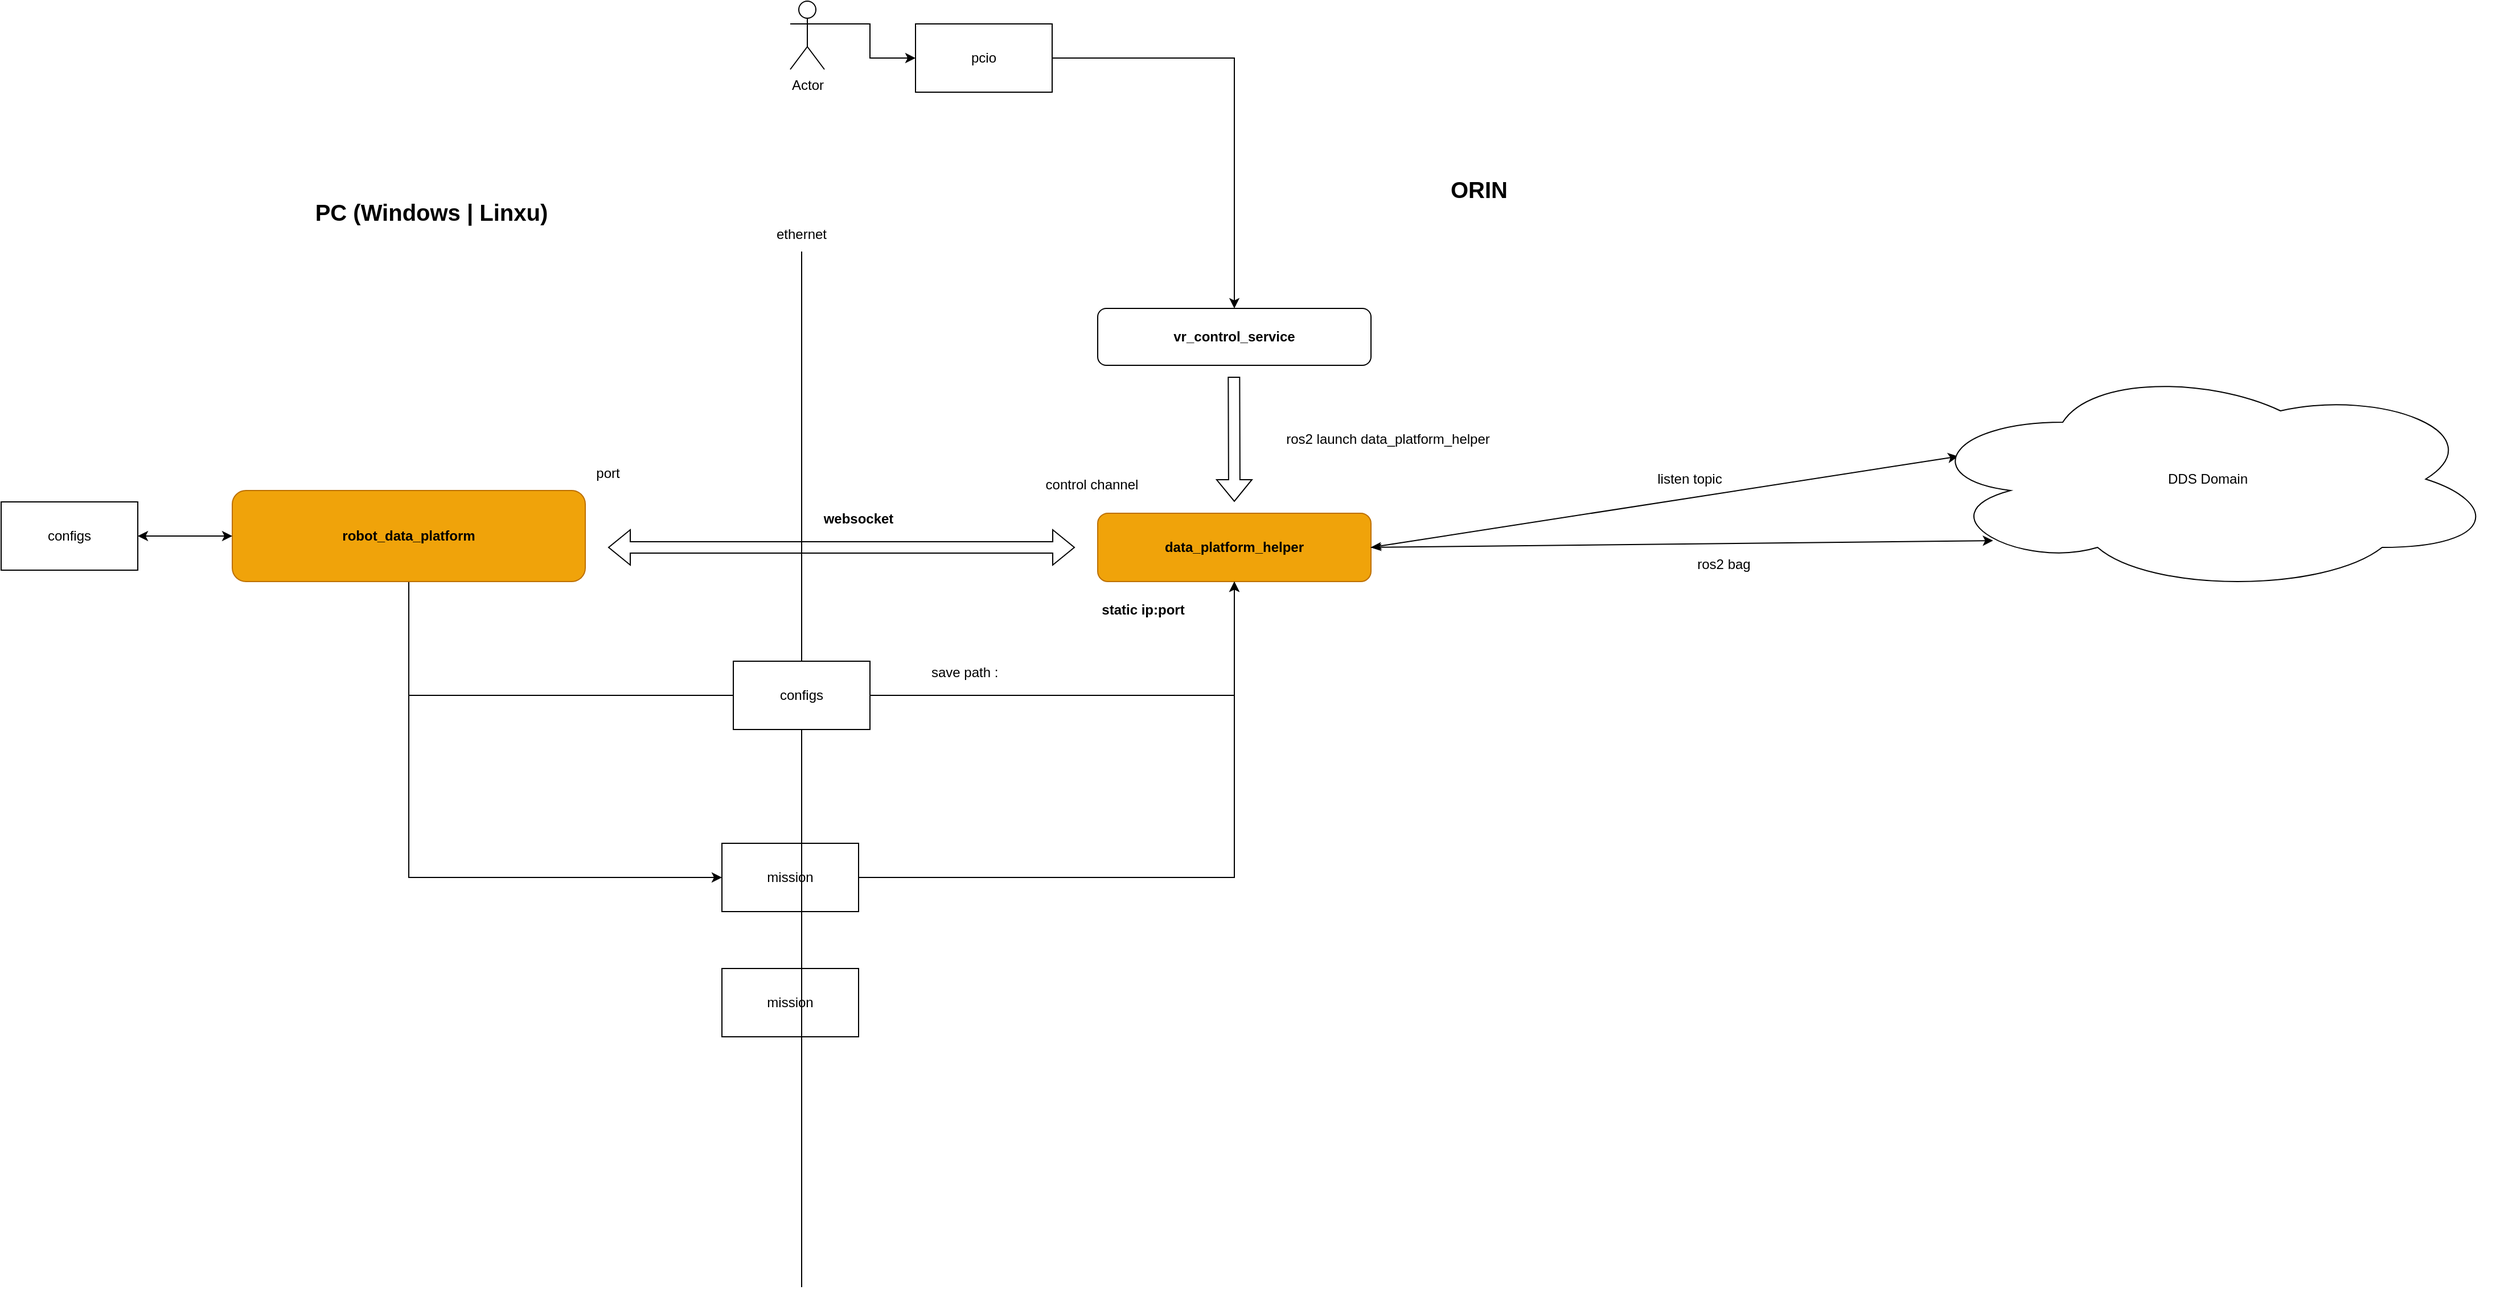
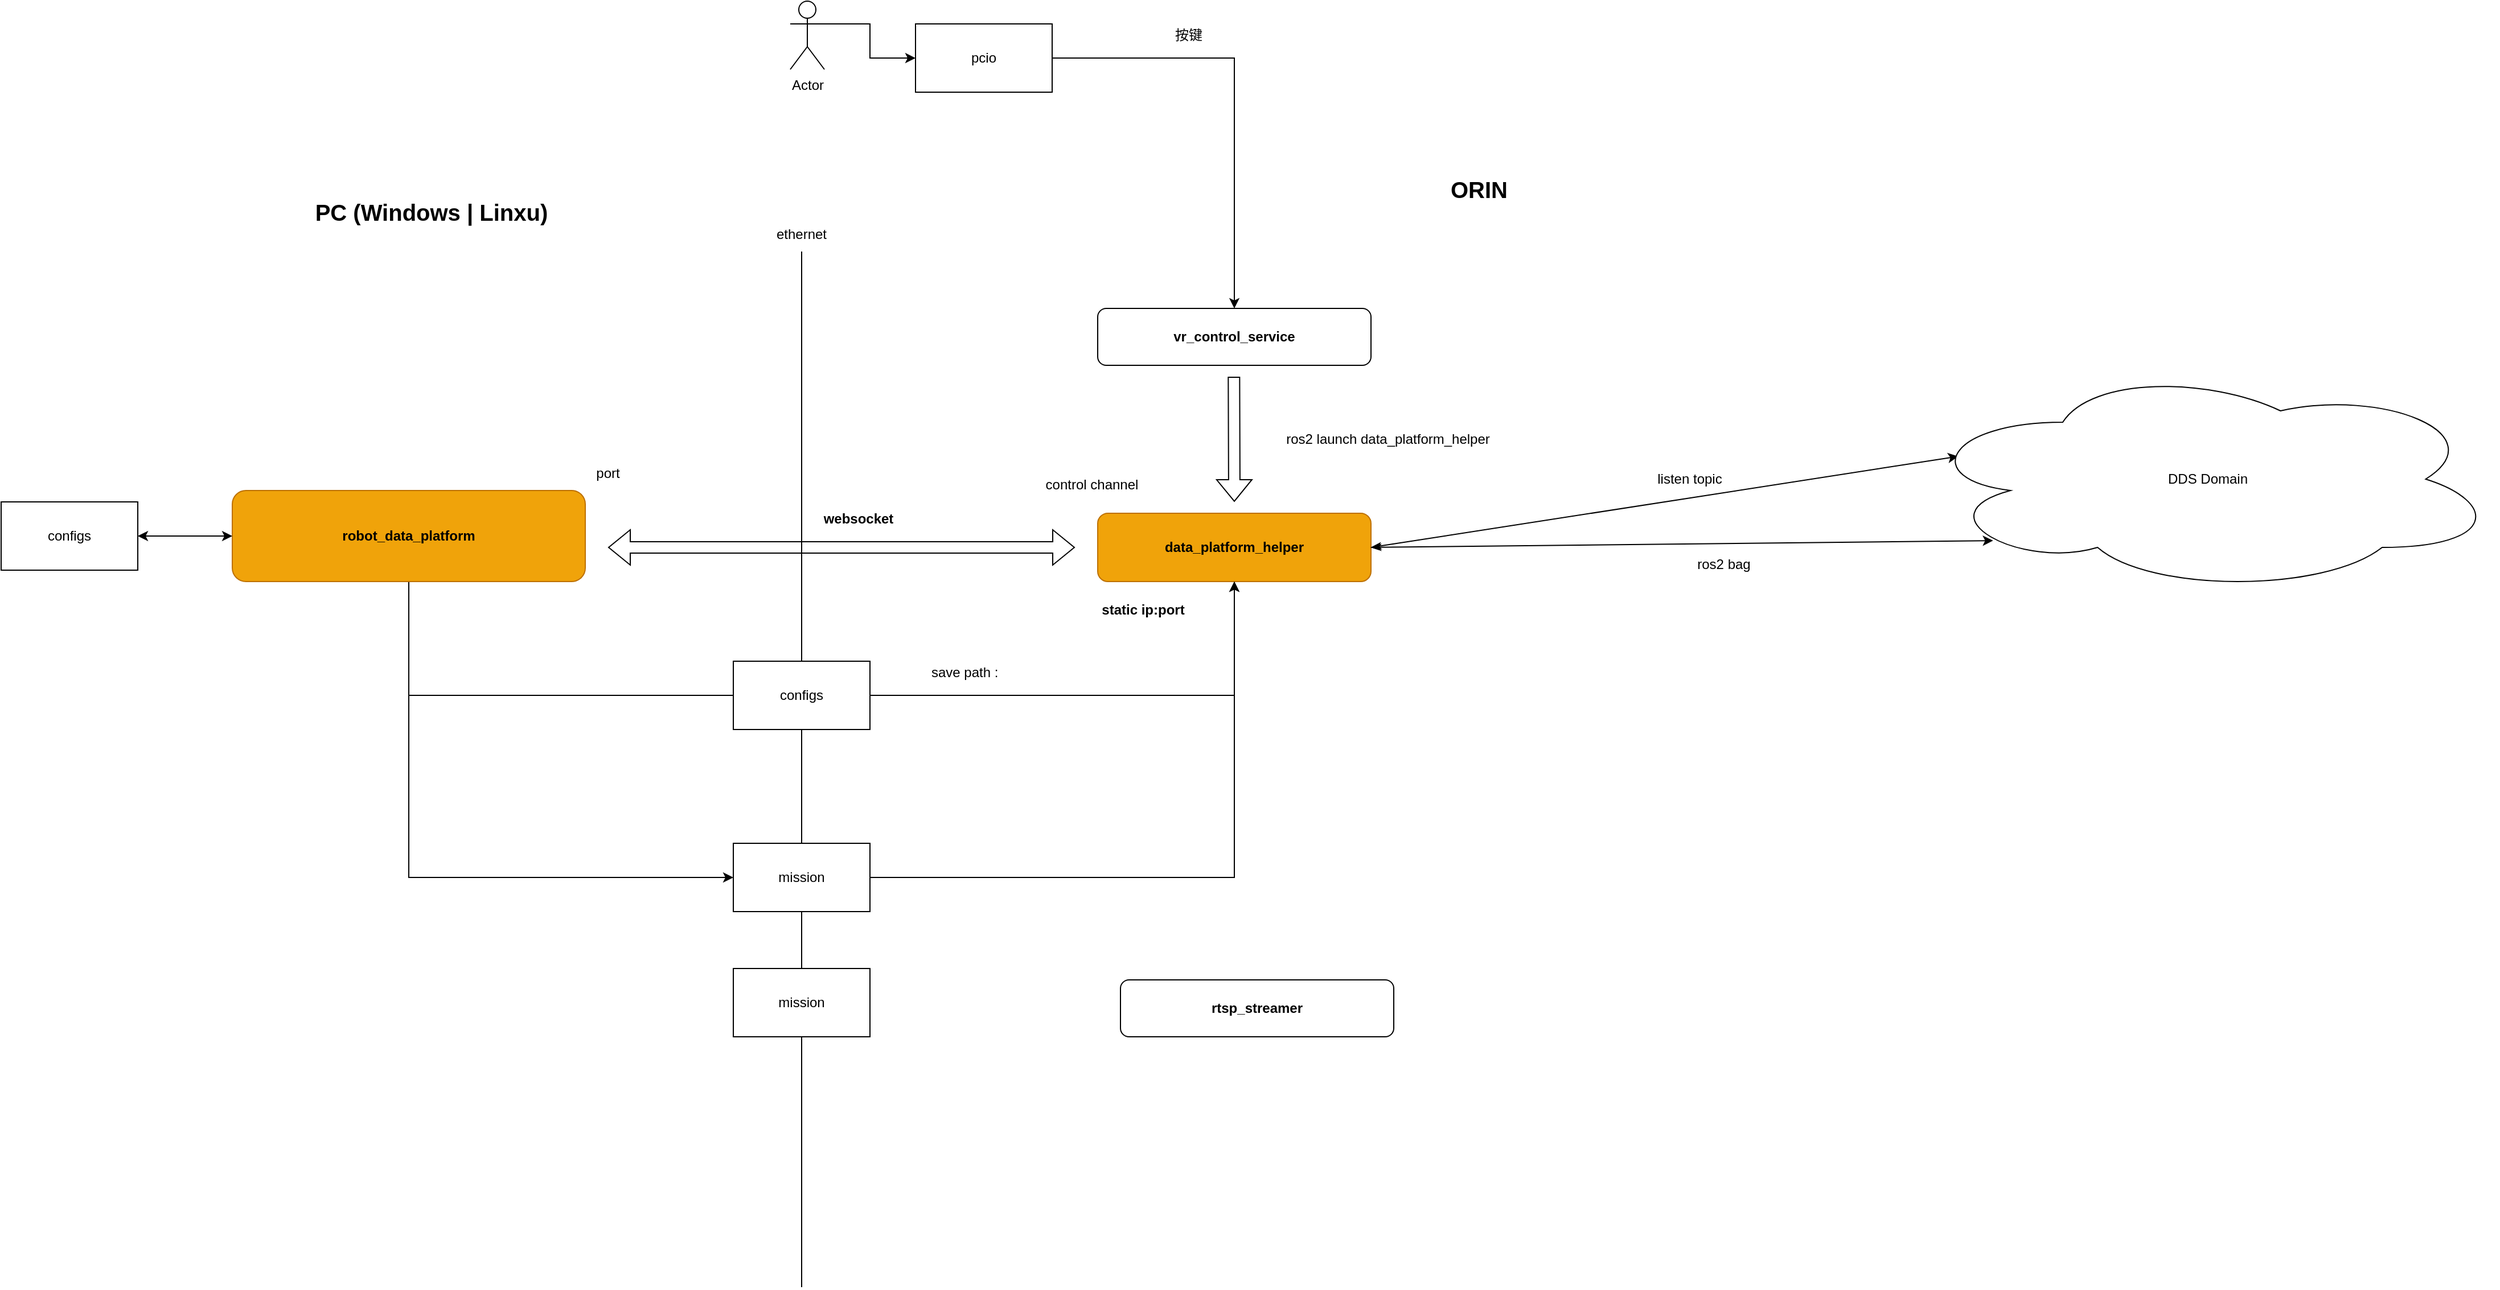
<mxfile host="app.diagrams.net" pages="2">
  <diagram name="第 1 页" id="ybuJFLsuspTRZjUBc2Sj">
    <mxGraphModel dx="2183" dy="720" grid="1" gridSize="10" guides="1" tooltips="1" connect="1" arrows="1" fold="1" page="1" pageScale="1" pageWidth="827" pageHeight="1169" math="0" shadow="0">
      <root>
        <mxCell id="0" />
        <mxCell id="1" parent="0" />
        <mxCell id="PG_7JgB4xY41xIrBQNpI-2" parent="1" style="text;html=1;whiteSpace=wrap;strokeColor=none;fillColor=none;align=center;verticalAlign=middle;rounded=0;fontStyle=1;fontSize=20;" value="ORIN" vertex="1">
          <mxGeometry height="50" width="250" x="640" y="150" as="geometry" />
        </mxCell>
        <mxCell id="PG_7JgB4xY41xIrBQNpI-3" edge="1" parent="1" source="PG_7JgB4xY41xIrBQNpI-25" style="endArrow=none;html=1;rounded=0;" value="">
          <mxGeometry height="50" relative="1" width="50" as="geometry">
            <mxPoint x="170" y="1140" as="sourcePoint" />
            <mxPoint x="170" y="230" as="targetPoint" />
          </mxGeometry>
        </mxCell>
        <mxCell id="PG_7JgB4xY41xIrBQNpI-4" parent="1" style="rounded=1;whiteSpace=wrap;html=1;fontStyle=1;fillColor=#f0a30a;fontColor=#000000;strokeColor=#BD7000;" value="data_platform_helper" vertex="1">
          <mxGeometry height="60" width="240" x="430" y="460" as="geometry" />
        </mxCell>
        <mxCell id="PG_7JgB4xY41xIrBQNpI-6" parent="1" style="rounded=1;whiteSpace=wrap;html=1;fontStyle=1" value="vr_control_service" vertex="1">
          <mxGeometry height="50" width="240" x="430" y="280" as="geometry" />
        </mxCell>
        <mxCell id="PG_7JgB4xY41xIrBQNpI-26" edge="1" parent="1" source="PG_7JgB4xY41xIrBQNpI-7" style="edgeStyle=orthogonalEdgeStyle;rounded=0;orthogonalLoop=1;jettySize=auto;html=1;exitX=0.5;exitY=1;exitDx=0;exitDy=0;entryX=0.5;entryY=1;entryDx=0;entryDy=0;" target="PG_7JgB4xY41xIrBQNpI-4">
          <mxGeometry relative="1" as="geometry">
            <Array as="points">
              <mxPoint x="-175" y="620" />
              <mxPoint x="550" y="620" />
            </Array>
            <mxPoint x="380" y="730" as="targetPoint" />
          </mxGeometry>
        </mxCell>
        <mxCell id="PG_7JgB4xY41xIrBQNpI-33" edge="1" parent="1" source="PG_7JgB4xY41xIrBQNpI-7" style="edgeStyle=orthogonalEdgeStyle;rounded=0;orthogonalLoop=1;jettySize=auto;html=1;exitX=0.5;exitY=1;exitDx=0;exitDy=0;entryX=0;entryY=0.5;entryDx=0;entryDy=0;" target="PG_7JgB4xY41xIrBQNpI-32">
          <mxGeometry relative="1" as="geometry" />
        </mxCell>
        <mxCell id="PG_7JgB4xY41xIrBQNpI-7" parent="1" style="rounded=1;whiteSpace=wrap;html=1;fontStyle=1;fillColor=#f0a30a;fontColor=#000000;strokeColor=#BD7000;" value="robot_data_platform" vertex="1">
          <mxGeometry height="80" width="310" x="-330" y="440" as="geometry" />
        </mxCell>
        <mxCell id="PG_7JgB4xY41xIrBQNpI-8" parent="1" style="text;html=1;whiteSpace=wrap;strokeColor=none;fillColor=none;align=center;verticalAlign=middle;rounded=0;fontStyle=1;fontSize=20;" value="PC (Windows | Linxu)" vertex="1">
          <mxGeometry height="50" width="250" x="-280" y="170" as="geometry" />
        </mxCell>
        <mxCell id="PG_7JgB4xY41xIrBQNpI-10" edge="1" parent="1" style="shape=flexArrow;endArrow=classic;startArrow=classic;html=1;rounded=0;" value="">
          <mxGeometry height="100" relative="1" width="100" as="geometry">
            <mxPoint y="490" as="sourcePoint" />
            <mxPoint x="410" y="490" as="targetPoint" />
          </mxGeometry>
        </mxCell>
        <mxCell id="PG_7JgB4xY41xIrBQNpI-12" edge="1" parent="1" style="shape=flexArrow;endArrow=classic;html=1;rounded=0;" value="">
          <mxGeometry height="50" relative="1" width="50" as="geometry">
            <mxPoint x="549.66" y="340" as="sourcePoint" />
            <mxPoint x="550" y="450" as="targetPoint" />
          </mxGeometry>
        </mxCell>
        <mxCell id="PG_7JgB4xY41xIrBQNpI-13" parent="1" style="text;html=1;whiteSpace=wrap;strokeColor=none;fillColor=none;align=center;verticalAlign=middle;rounded=0;fontStyle=1" value="websocket" vertex="1">
          <mxGeometry height="30" width="80" x="180" y="450" as="geometry" />
        </mxCell>
        <mxCell id="PG_7JgB4xY41xIrBQNpI-14" parent="1" style="text;html=1;whiteSpace=wrap;strokeColor=none;fillColor=none;align=center;verticalAlign=middle;rounded=0;" value="ethernet" vertex="1">
          <mxGeometry height="30" width="60" x="140" y="200" as="geometry" />
        </mxCell>
        <mxCell id="PG_7JgB4xY41xIrBQNpI-18" edge="1" parent="1" source="PG_7JgB4xY41xIrBQNpI-15" style="edgeStyle=orthogonalEdgeStyle;rounded=0;orthogonalLoop=1;jettySize=auto;html=1;exitX=1;exitY=0.3333333333333333;exitDx=0;exitDy=0;exitPerimeter=0;entryX=0;entryY=0.5;entryDx=0;entryDy=0;" target="PG_7JgB4xY41xIrBQNpI-16">
          <mxGeometry relative="1" as="geometry" />
        </mxCell>
        <mxCell id="PG_7JgB4xY41xIrBQNpI-15" parent="1" style="shape=umlActor;verticalLabelPosition=bottom;verticalAlign=top;html=1;outlineConnect=0;" value="Actor" vertex="1">
          <mxGeometry height="60" width="30" x="160" y="10" as="geometry" />
        </mxCell>
        <mxCell id="PG_7JgB4xY41xIrBQNpI-19" edge="1" parent="1" source="PG_7JgB4xY41xIrBQNpI-16" style="edgeStyle=orthogonalEdgeStyle;rounded=0;orthogonalLoop=1;jettySize=auto;html=1;exitX=1;exitY=0.5;exitDx=0;exitDy=0;entryX=0.5;entryY=0;entryDx=0;entryDy=0;" target="PG_7JgB4xY41xIrBQNpI-6">
          <mxGeometry relative="1" as="geometry" />
        </mxCell>
        <mxCell id="PG_7JgB4xY41xIrBQNpI-16" parent="1" style="whiteSpace=wrap;html=1;" value="pcio" vertex="1">
          <mxGeometry height="60" width="120" x="270" y="30" as="geometry" />
        </mxCell>
        <mxCell id="PG_7JgB4xY41xIrBQNpI-20" parent="1" style="text;html=1;whiteSpace=wrap;strokeColor=none;fillColor=none;align=center;verticalAlign=middle;rounded=0;" value="ros2 launch data_platform_helper" vertex="1">
          <mxGeometry height="30" width="230" x="570" y="380" as="geometry" />
        </mxCell>
        <mxCell id="PG_7JgB4xY41xIrBQNpI-21" parent="1" style="text;html=1;whiteSpace=wrap;strokeColor=none;fillColor=none;align=center;verticalAlign=middle;rounded=0;" value="control channel" vertex="1">
          <mxGeometry height="30" width="110" x="370" y="420" as="geometry" />
        </mxCell>
        <mxCell id="PG_7JgB4xY41xIrBQNpI-22" parent="1" style="text;html=1;whiteSpace=wrap;strokeColor=none;fillColor=none;align=center;verticalAlign=middle;rounded=0;" value="port" vertex="1">
          <mxGeometry height="30" width="60" x="-30" y="410" as="geometry" />
        </mxCell>
        <mxCell id="PG_7JgB4xY41xIrBQNpI-23" parent="1" style="text;html=1;whiteSpace=wrap;strokeColor=none;fillColor=none;align=center;verticalAlign=middle;rounded=0;fontStyle=1" value="static ip:port" vertex="1">
          <mxGeometry height="30" width="100" x="420" y="530" as="geometry" />
        </mxCell>
        <mxCell id="PG_7JgB4xY41xIrBQNpI-28" edge="1" parent="1" source="PG_7JgB4xY41xIrBQNpI-4" style="endArrow=classic;html=1;rounded=0;exitX=1;exitY=0.5;exitDx=0;exitDy=0;entryX=0.07;entryY=0.4;entryDx=0;entryDy=0;entryPerimeter=0;startArrow=classicThin;startFill=1;" target="PG_7JgB4xY41xIrBQNpI-31" value="">
          <mxGeometry height="50" relative="1" width="50" as="geometry">
            <mxPoint x="740" y="570" as="sourcePoint" />
            <mxPoint x="940" y="490" as="targetPoint" />
          </mxGeometry>
        </mxCell>
        <mxCell id="PG_7JgB4xY41xIrBQNpI-29" parent="1" style="text;html=1;whiteSpace=wrap;strokeColor=none;fillColor=none;align=center;verticalAlign=middle;rounded=0;" value="listen topic" vertex="1">
          <mxGeometry height="30" width="60" x="920" y="415" as="geometry" />
        </mxCell>
        <mxCell id="PG_7JgB4xY41xIrBQNpI-31" parent="1" style="ellipse;shape=cloud;whiteSpace=wrap;html=1;align=center;" value="DDS Domain" vertex="1">
          <mxGeometry height="200" width="510" x="1150" y="330" as="geometry" />
        </mxCell>
        <mxCell id="PG_7JgB4xY41xIrBQNpI-34" edge="1" parent="1" source="PG_7JgB4xY41xIrBQNpI-32" style="edgeStyle=orthogonalEdgeStyle;rounded=0;orthogonalLoop=1;jettySize=auto;html=1;exitX=1;exitY=0.5;exitDx=0;exitDy=0;entryX=0.5;entryY=1;entryDx=0;entryDy=0;" target="PG_7JgB4xY41xIrBQNpI-4">
          <mxGeometry relative="1" as="geometry" />
        </mxCell>
-         <mxCell id="PG_7JgB4xY41xIrBQNpI-32" parent="1" style="rounded=0;whiteSpace=wrap;html=1;" value="mission" vertex="1">
-           <mxGeometry height="60" width="120" x="100" y="750" as="geometry" />
-         </mxCell>
        <mxCell id="PG_7JgB4xY41xIrBQNpI-35" edge="1" parent="1" source="PG_7JgB4xY41xIrBQNpI-4" style="endArrow=classic;html=1;rounded=0;exitX=1;exitY=0.5;exitDx=0;exitDy=0;entryX=0.13;entryY=0.77;entryDx=0;entryDy=0;entryPerimeter=0;startArrow=classicThin;startFill=1;" target="PG_7JgB4xY41xIrBQNpI-31" value="">
          <mxGeometry height="50" relative="1" width="50" as="geometry">
            <mxPoint x="810" y="570" as="sourcePoint" />
            <mxPoint x="1326" y="490" as="targetPoint" />
          </mxGeometry>
        </mxCell>
        <mxCell id="PG_7JgB4xY41xIrBQNpI-36" parent="1" style="text;html=1;whiteSpace=wrap;strokeColor=none;fillColor=none;align=center;verticalAlign=middle;rounded=0;" value="ros2 bag" vertex="1">
          <mxGeometry height="30" width="60" x="950" y="490" as="geometry" />
        </mxCell>
        <mxCell id="PG_7JgB4xY41xIrBQNpI-37" parent="1" style="text;html=1;whiteSpace=wrap;strokeColor=none;fillColor=none;align=center;verticalAlign=middle;rounded=0;" value="save path :&amp;nbsp;" vertex="1">
          <mxGeometry height="30" width="130" x="250" y="585" as="geometry" />
-         </mxCell>
-         <mxCell id="PG_7JgB4xY41xIrBQNpI-38" parent="1" style="rounded=0;whiteSpace=wrap;html=1;" value="mission" vertex="1">
-           <mxGeometry height="60" width="120" x="100" y="860" as="geometry" />
        </mxCell>
        <mxCell id="PG_7JgB4xY41xIrBQNpI-40" edge="1" parent="1" source="PG_7JgB4xY41xIrBQNpI-39" style="edgeStyle=orthogonalEdgeStyle;rounded=0;orthogonalLoop=1;jettySize=auto;html=1;startArrow=classic;startFill=1;" target="PG_7JgB4xY41xIrBQNpI-7" value="">
          <mxGeometry relative="1" as="geometry" />
        </mxCell>
        <mxCell id="PG_7JgB4xY41xIrBQNpI-39" parent="1" style="whiteSpace=wrap;html=1;" value="configs" vertex="1">
          <mxGeometry height="60" width="120" x="-533" y="450" as="geometry" />
        </mxCell>
        <mxCell id="PG_7JgB4xY41xIrBQNpI-41" edge="1" parent="1" style="endArrow=none;html=1;rounded=0;" target="PG_7JgB4xY41xIrBQNpI-25" value="">
          <mxGeometry height="50" relative="1" width="50" as="geometry">
            <mxPoint x="170" y="1140" as="sourcePoint" />
            <mxPoint x="170" y="230" as="targetPoint" />
          </mxGeometry>
        </mxCell>
        <mxCell id="PG_7JgB4xY41xIrBQNpI-25" parent="1" style="whiteSpace=wrap;html=1;" value="configs" vertex="1">
          <mxGeometry height="60" width="120" x="110" y="590" as="geometry" />
        </mxCell>
+         <mxCell id="PG_7JgB4xY41xIrBQNpI-32" parent="1" style="rounded=0;whiteSpace=wrap;html=1;" value="mission" vertex="1">
+           <mxGeometry height="60" width="120" x="110" y="750" as="geometry" />
+         </mxCell>
+         <mxCell id="PG_7JgB4xY41xIrBQNpI-38" parent="1" style="rounded=0;whiteSpace=wrap;html=1;" value="mission" vertex="1">
+           <mxGeometry height="60" width="120" x="110" y="860" as="geometry" />
+         </mxCell>
+         <mxCell id="PG_7JgB4xY41xIrBQNpI-42" parent="1" style="text;html=1;whiteSpace=wrap;strokeColor=none;fillColor=none;align=center;verticalAlign=middle;rounded=0;" value="按键" vertex="1">
+           <mxGeometry height="30" width="60" x="480" y="25" as="geometry" />
+         </mxCell>
+         <mxCell id="PG_7JgB4xY41xIrBQNpI-43" parent="1" style="rounded=1;whiteSpace=wrap;html=1;fontStyle=1" value="rtsp_streamer" vertex="1">
+           <mxGeometry height="50" width="240" x="450" y="870" as="geometry" />
+         </mxCell>
      </root>
    </mxGraphModel>
  </diagram>
  <diagram id="ERyvKfnW-TPwMhuBreaX" name="第 2 页">
    <mxGraphModel dx="1122" dy="596" grid="1" gridSize="10" guides="1" tooltips="1" connect="1" arrows="1" fold="1" page="1" pageScale="1" pageWidth="827" pageHeight="1169" math="0" shadow="0">
      <root>
        <mxCell id="0" />
        <mxCell id="1" parent="0" />
        <mxCell id="Lt_kapkQ0GCsb_hZqIK--1" parent="1" style="rounded=1;whiteSpace=wrap;html=1;" value="" vertex="1">
          <mxGeometry height="60" width="120" x="40" y="280" as="geometry" />
        </mxCell>
      </root>
    </mxGraphModel>
  </diagram>
</mxfile>
